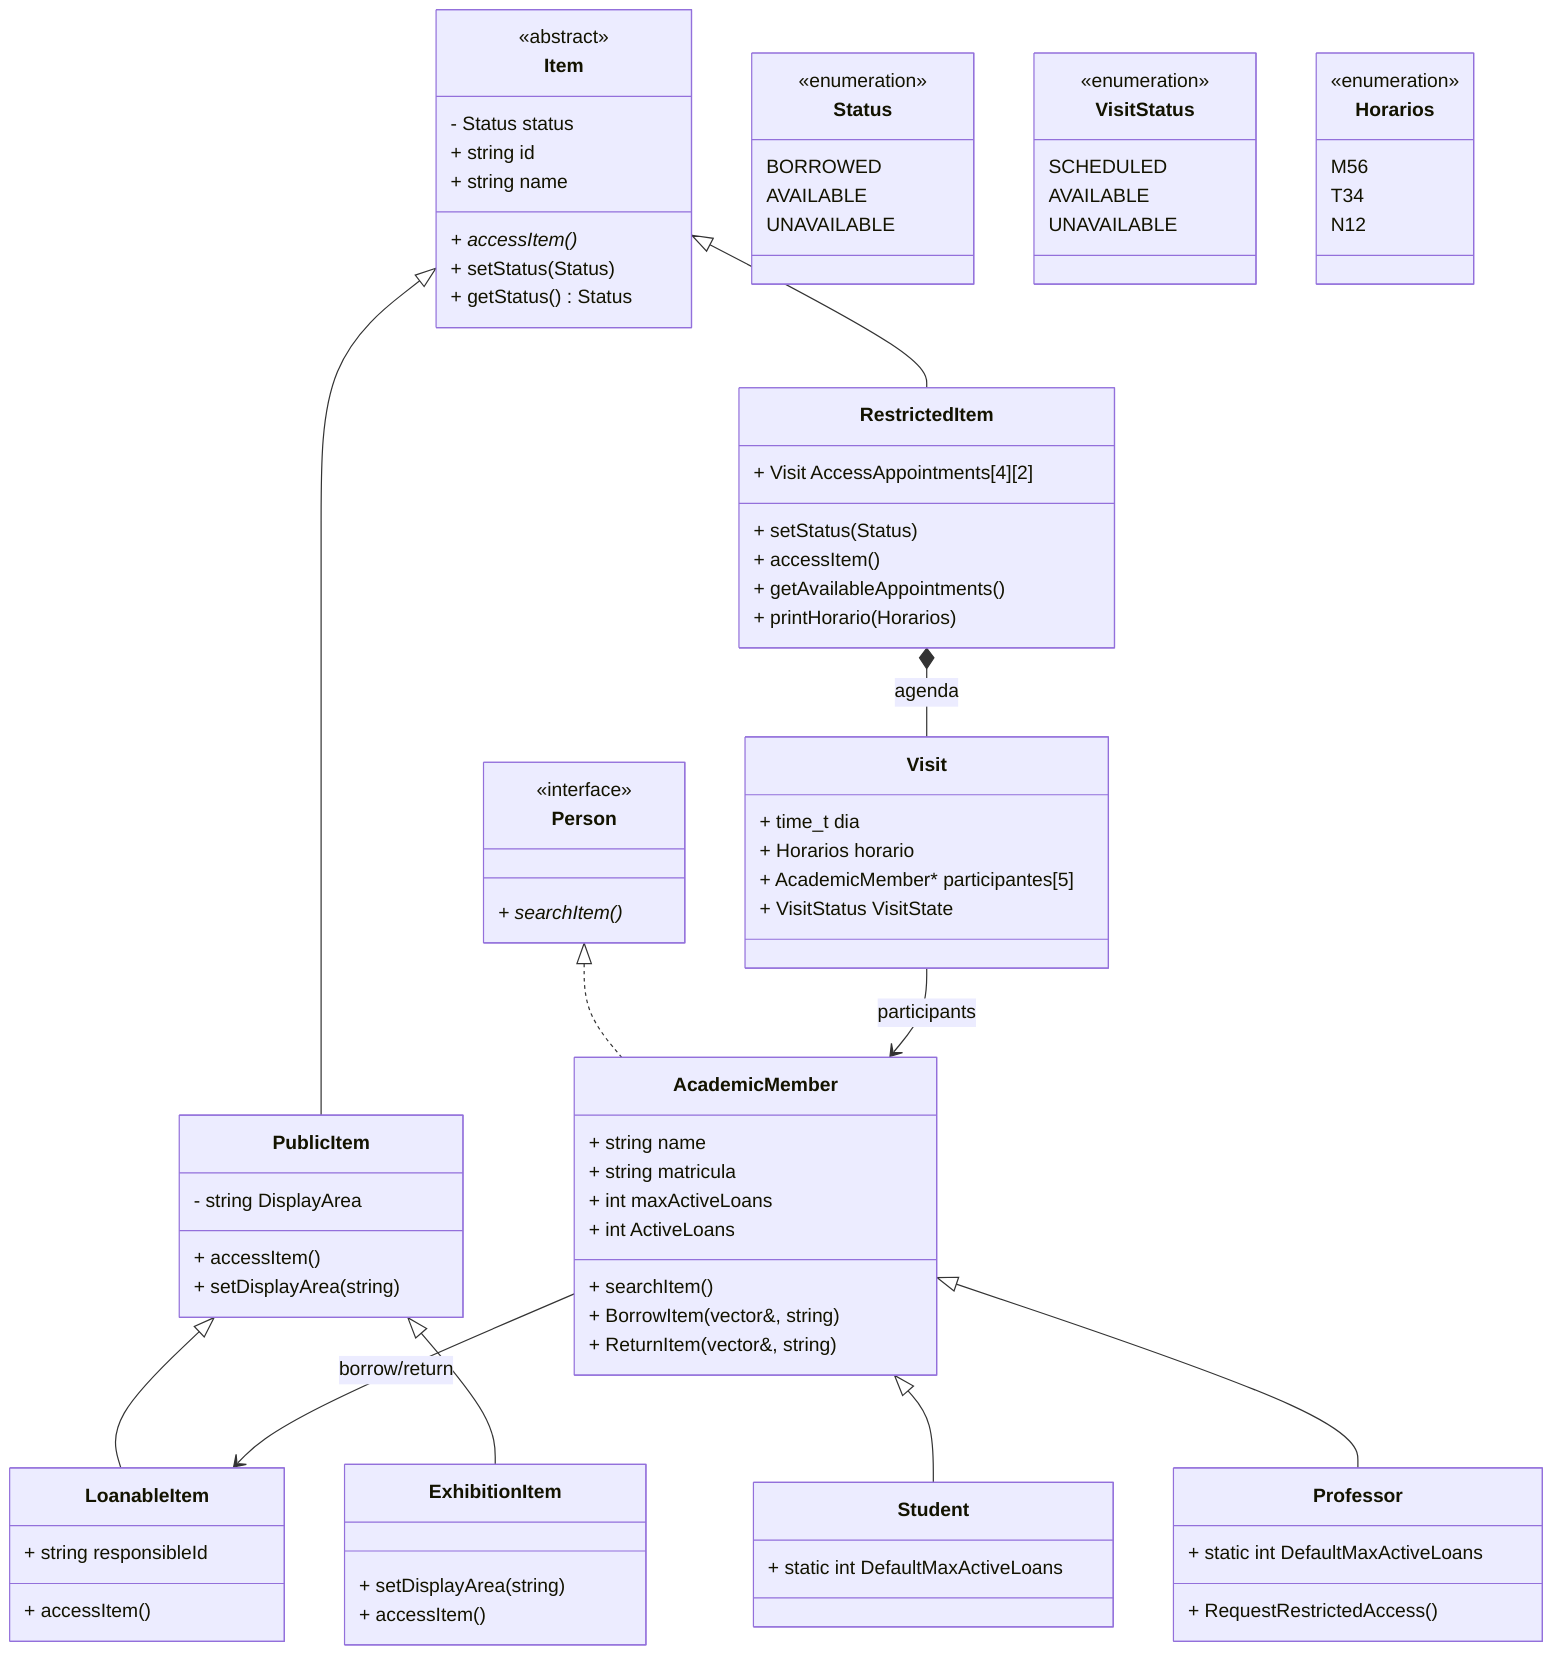
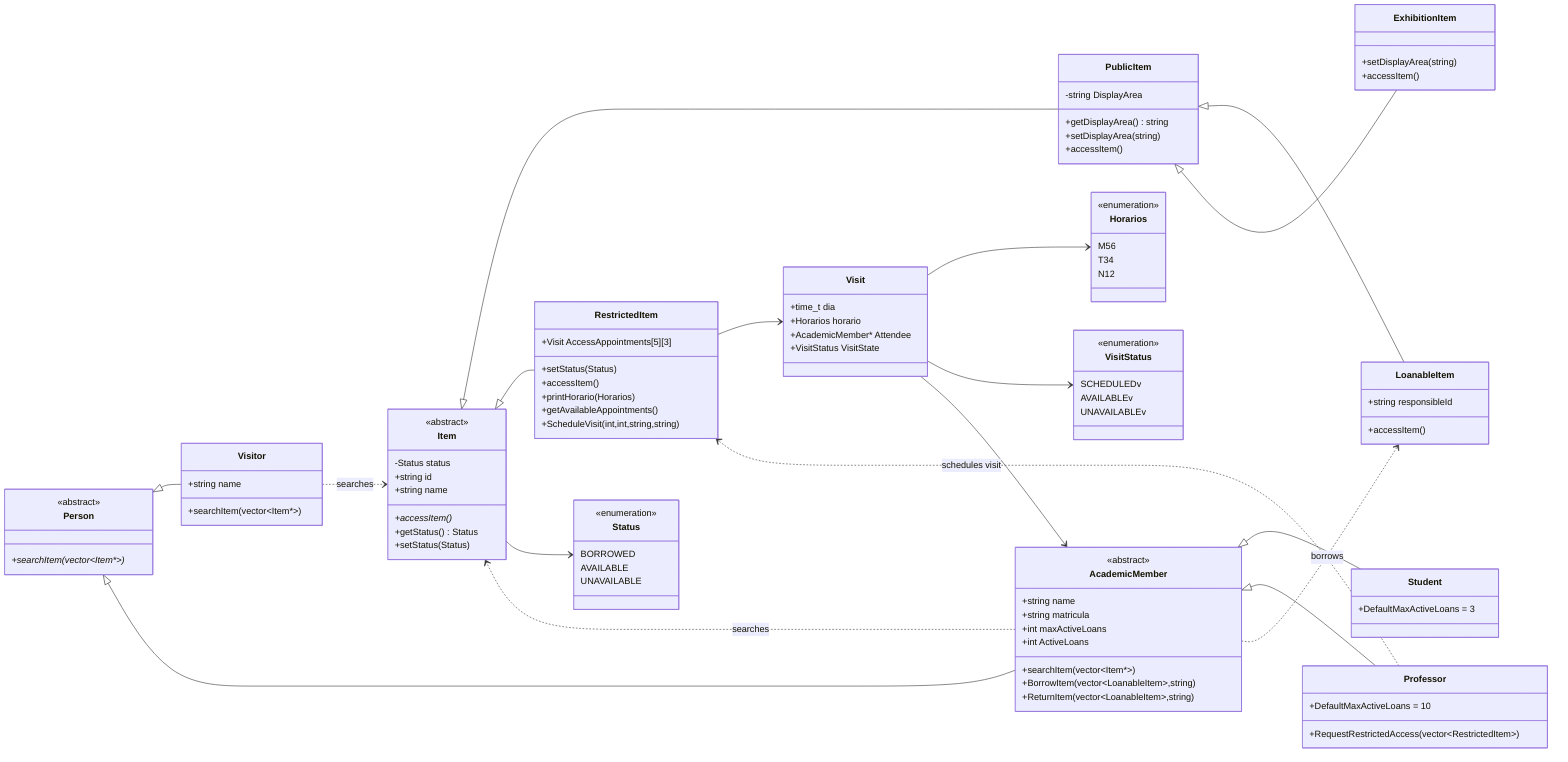
classDiagram

- class Item {
-     <<abstract>>
-     - Status status
-     + string id
-     + string name
-     + accessItem()*
-     + setStatus(Status)
-     + getStatus() Status
- }
+ direction LR

- class PublicItem {
-     - string DisplayArea
-     + accessItem()
-     + setDisplayArea(string)
- }
+ %%======================
+ %% ENUMS
+ %%======================

- class LoanableItem {
-     + string responsibleId
-     + accessItem()
- }
- 
- class ExhibitionItem {
-     + setDisplayArea(string)
-     + accessItem()
- }
- 
- class RestrictedItem {
-     + Visit AccessAppointments[4][2]
-     + setStatus(Status)
-     + accessItem()
-     + getAvailableAppointments()
-     + printHorario(Horarios)
- }
- 
- class Visit {
-     + time_t dia
-     + Horarios horario
-     + AcademicMember* participantes[5]
-     + VisitStatus VisitState
- }
- 
- class Person {
-     <<interface>>
-     + searchItem()*
- }
- 
- class AcademicMember {
-     + string name
-     + string matricula
-     + int maxActiveLoans
-     + int ActiveLoans
-     + searchItem()
-     + BorrowItem(vector<LoanableItem>&, string)
-     + ReturnItem(vector<LoanableItem>&, string)
- }
- 
- class Student {
-     + static int DefaultMaxActiveLoans
- }
- 
- class Professor {
-     + static int DefaultMaxActiveLoans
-     + RequestRestrictedAccess()
- }
- 
- class Status {
+ class Status{
    <<enumeration>>
    BORROWED
    AVAILABLE
    UNAVAILABLE
}

- class VisitStatus {
+ class VisitStatus{
    <<enumeration>>
-     SCHEDULED
-     AVAILABLE
-     UNAVAILABLE
+     SCHEDULEDv
+     AVAILABLEv
+     UNAVAILABLEv
}

- class Horarios {
+ class Horarios{
    <<enumeration>>
    M56
    T34
    N12
}

- %% HERANÇAS
+ %%======================
+ %% ITEMS
+ %%======================
+ 
+ class Item{
+     <<abstract>>
+     -Status status
+     +string id
+     +string name
+     +accessItem()*
+     +getStatus() Status
+     +setStatus(Status)
+ }
+ 
+ class PublicItem{
+     -string DisplayArea
+     +getDisplayArea() string
+     +setDisplayArea(string)
+     +accessItem()
+ }
+ 
+ class LoanableItem{
+     +string responsibleId
+     +accessItem()
+ }
+ 
+ class ExhibitionItem{
+     +setDisplayArea(string)
+     +accessItem()
+ }
+ 
+ class RestrictedItem{
+     +Visit AccessAppointments[5][3]
+     +setStatus(Status)
+     +accessItem()
+     +printHorario(Horarios)
+     +getAvailableAppointments()
+     +ScheduleVisit(int,int,string,string)
+ }
+ 
Item <|-- PublicItem
PublicItem <|-- LoanableItem
PublicItem <|-- ExhibitionItem
Item <|-- RestrictedItem

- Person <|.. AcademicMember
+ Item --> Status
+ RestrictedItem --> Visit
+ 
+ %%======================
+ %% PEOPLE
+ %%======================
+ 
+ class Person{
+     <<abstract>>
+     +searchItem(vector~Item*~)*
+ }
+ 
+ class Visitor{
+     +string name
+     +searchItem(vector~Item*~)
+ }
+ 
+ class AcademicMember{
+     <<abstract>>
+     +string name
+     +string matricula
+     +int maxActiveLoans
+     +int ActiveLoans
+     +searchItem(vector~Item*~)
+     +BorrowItem(vector~LoanableItem~,string)
+     +ReturnItem(vector~LoanableItem~,string)
+ }
+ 
+ class Student{
+     +DefaultMaxActiveLoans = 3
+ }
+ 
+ class Professor{
+     +DefaultMaxActiveLoans = 10
+     +RequestRestrictedAccess(vector~RestrictedItem~)
+ }
+ 
+ Person <|-- Visitor
+ Person <|-- AcademicMember
AcademicMember <|-- Student
AcademicMember <|-- Professor

- %% RELAÇÕES
- RestrictedItem *-- Visit : agenda
- AcademicMember --> LoanableItem : borrow/return
- Visit --> AcademicMember : participants
+ %%======================
+ %% VISIT
+ %%======================
+ 
+ class Visit{
+     +time_t dia
+     +Horarios horario
+     +AcademicMember* Attendee
+     +VisitStatus VisitState
+ }
+ 
+ Visit --> Horarios
+ Visit --> VisitStatus
+ Visit --> AcademicMember
+ 
+ %%======================
+ %% ASSOCIATIONS
+ %%======================
+ 
+ AcademicMember ..> LoanableItem : borrows
+ Professor ..> RestrictedItem : schedules visit
+ Visitor ..> Item : searches
+ AcademicMember ..> Item : searches
